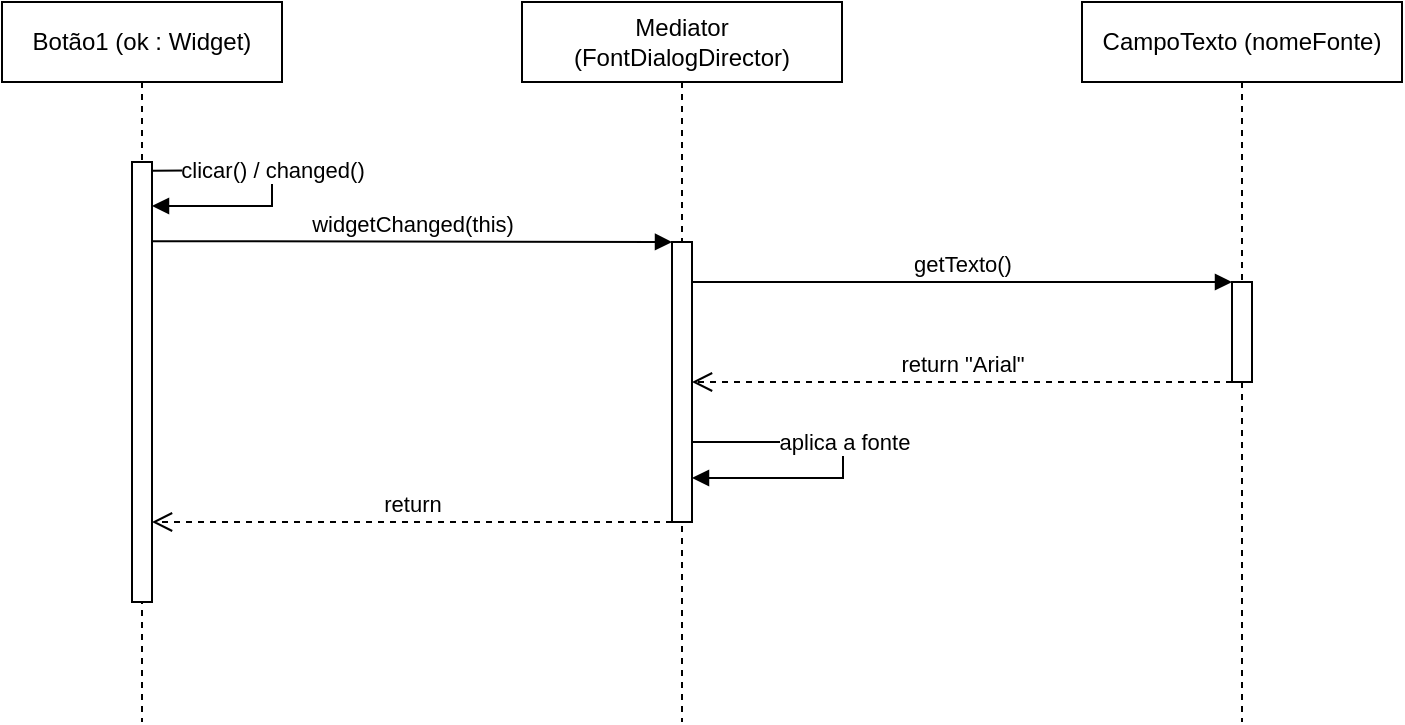
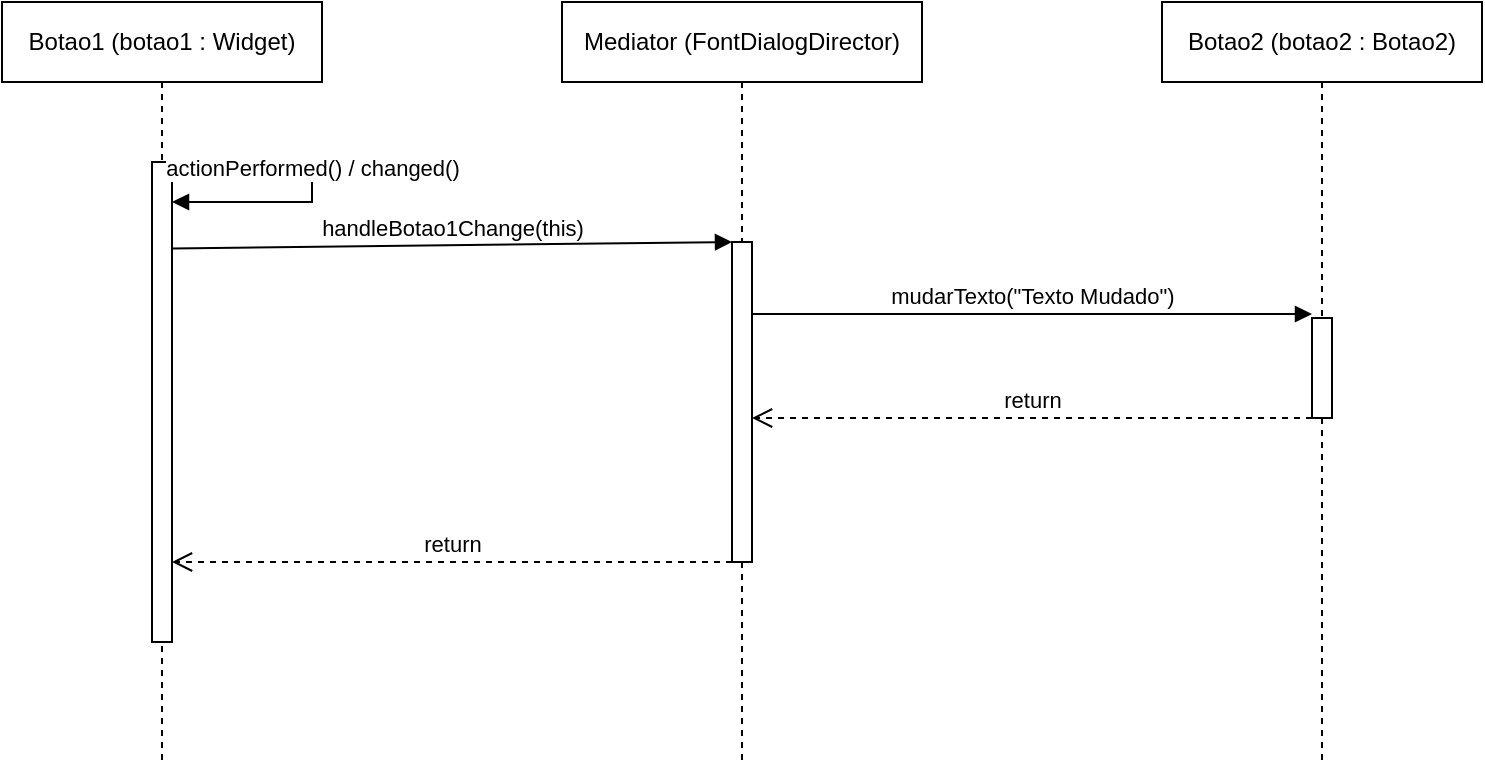
<mxfile host="app.diagrams.net">
  <diagram name="Sequencia-Mediator" id="lVWO351oqHOsi26u79jJ">
-     <mxGraphModel dx="912" dy="512" grid="1" gridSize="10" guides="1" tooltips="1" connect="1" arrows="1" fold="1" page="1" pageScale="1" pageWidth="827" pageHeight="1169" math="0" shadow="0">
+     <mxGraphModel dx="975" dy="569" grid="1" gridSize="10" guides="1" tooltips="1" connect="1" arrows="1" fold="1" page="1" pageScale="1" pageWidth="827" pageHeight="1169" math="0" shadow="0">
      <root>
        <mxCell id="0" />
        <mxCell id="1" parent="0" />
-         <mxCell id="ll-botao" parent="1" style="shape=umlLifeline;perimeter=lifelinePerimeter;whiteSpace=wrap;html=1;container=1;dropTarget=0;collapsible=0;recursiveResize=0;outlineConnect=0;portConstraint=eastwest;newEdgeStyle={&quot;curved&quot;:0,&quot;rounded&quot;:0};" value="Botão1 (ok : Widget)" vertex="1">
-           <mxGeometry height="360" width="140" x="80" y="40" as="geometry" />
+         <mxCell id="ll-botao" parent="1" style="shape=umlLifeline;perimeter=lifelinePerimeter;whiteSpace=wrap;html=1;container=1;dropTarget=0;collapsible=0;recursiveResize=0;outlineConnect=0;portConstraint=eastwest;newEdgeStyle={&quot;curved&quot;:0,&quot;rounded&quot;:0};" value="Botao1 (botao1 : Widget)" vertex="1">
+           <mxGeometry height="380" width="160" x="80" y="40" as="geometry" />
        </mxCell>
        <mxCell id="act-botao" parent="ll-botao" style="html=1;points=[[0,0,0,0,5],[0,1,0,0,-5],[1,0,0,0,5],[1,1,0,0,-5]];perimeter=orthogonalPerimeter;outlineConnect=0;targetShapes=umlLifeline;portConstraint=eastwest;newEdgeStyle={&quot;curved&quot;:0,&quot;rounded&quot;:0};" value="" vertex="1">
-           <mxGeometry height="220" width="10" x="65" y="80" as="geometry" />
+           <mxGeometry height="240" width="10" x="75" y="80" as="geometry" />
        </mxCell>
        <mxCell id="ll-mediator" parent="1" style="shape=umlLifeline;perimeter=lifelinePerimeter;whiteSpace=wrap;html=1;container=1;dropTarget=0;collapsible=0;recursiveResize=0;outlineConnect=0;portConstraint=eastwest;newEdgeStyle={&quot;curved&quot;:0,&quot;rounded&quot;:0};" value="Mediator (FontDialogDirector)" vertex="1">
-           <mxGeometry height="360" width="160" x="340" y="40" as="geometry" />
+           <mxGeometry height="380" width="180" x="360" y="40" as="geometry" />
        </mxCell>
        <mxCell id="act-mediator" parent="ll-mediator" style="html=1;points=[[0,0,0,0,5],[0,1,0,0,-5],[1,0,0,0,5],[1,1,0,0,-5]];perimeter=orthogonalPerimeter;outlineConnect=0;targetShapes=umlLifeline;portConstraint=eastwest;newEdgeStyle={&quot;curved&quot;:0,&quot;rounded&quot;:0};" value="" vertex="1">
-           <mxGeometry height="140" width="10" x="75" y="120" as="geometry" />
+           <mxGeometry height="160" width="10" x="85" y="120" as="geometry" />
        </mxCell>
-         <mxCell id="msg-aplica" edge="1" parent="ll-mediator" source="act-mediator" style="html=1;verticalAlign=bottom;endArrow=block;curved=0;rounded=0;" target="act-mediator" value="aplica a fonte">
+         <mxCell id="ll-botao2" parent="1" style="shape=umlLifeline;perimeter=lifelinePerimeter;whiteSpace=wrap;html=1;container=1;dropTarget=0;collapsible=0;recursiveResize=0;outlineConnect=0;portConstraint=eastwest;newEdgeStyle={&quot;curved&quot;:0,&quot;rounded&quot;:0};" value="Botao2 (botao2 : Botao2)" vertex="1">
+           <mxGeometry height="380" width="160" x="660" y="40" as="geometry" />
+         </mxCell>
+         <mxCell id="act-botao2" parent="ll-botao2" style="html=1;points=[[0,0,0,0,5],[0,1,0,0,-5],[1,0,0,0,5],[1,1,0,0,-5]];perimeter=orthogonalPerimeter;outlineConnect=0;targetShapes=umlLifeline;portConstraint=eastwest;newEdgeStyle={&quot;curved&quot;:0,&quot;rounded&quot;:0};" value="" vertex="1">
+           <mxGeometry height="50" width="10" x="75" y="158" as="geometry" />
+         </mxCell>
+         <mxCell id="msg-changed" edge="1" parent="1" source="act-botao" style="html=1;verticalAlign=bottom;endArrow=block;curved=0;rounded=0;exitX=1;exitY=0.02;exitDx=0;exitDy=0;" target="act-botao" value="actionPerformed() / changed()">
          <mxGeometry relative="1" as="geometry">
            <Array as="points">
-               <mxPoint x="160.5" y="220" />
-               <mxPoint x="160.5" y="238" />
-             </Array>
-             <mxPoint x="75" y="220" as="sourcePoint" />
-             <mxPoint x="80.5" y="238" as="targetPoint" />
-           </mxGeometry>
-         </mxCell>
-         <mxCell id="ll-campo" parent="1" style="shape=umlLifeline;perimeter=lifelinePerimeter;whiteSpace=wrap;html=1;container=1;dropTarget=0;collapsible=0;recursiveResize=0;outlineConnect=0;portConstraint=eastwest;newEdgeStyle={&quot;curved&quot;:0,&quot;rounded&quot;:0};" value="CampoTexto (nomeFonte)" vertex="1">
-           <mxGeometry height="360" width="160" x="620" y="40" as="geometry" />
-         </mxCell>
-         <mxCell id="act-campo" parent="ll-campo" style="html=1;points=[[0,0,0,0,5],[0,1,0,0,-5],[1,0,0,0,5],[1,1,0,0,-5]];perimeter=orthogonalPerimeter;outlineConnect=0;targetShapes=umlLifeline;portConstraint=eastwest;newEdgeStyle={&quot;curved&quot;:0,&quot;rounded&quot;:0};" value="" vertex="1">
-           <mxGeometry height="50" width="10" x="75" y="140" as="geometry" />
-         </mxCell>
-         <mxCell id="msg-clicar" edge="1" parent="1" source="act-botao" style="html=1;verticalAlign=bottom;endArrow=block;curved=0;rounded=0;exitX=1;exitY=0.02;exitDx=0;exitDy=0;entryX=1;entryY=0.1;entryDx=0;entryDy=0;" target="act-botao" value="clicar() / changed()">
-           <mxGeometry relative="1" as="geometry">
-             <Array as="points">
-               <mxPoint x="215" y="124" />
-               <mxPoint x="215" y="142" />
+               <mxPoint x="235" y="124" />
+               <mxPoint x="235" y="140" />
            </Array>
          </mxGeometry>
        </mxCell>
-         <mxCell id="msg-widgetchanged" edge="1" parent="1" source="act-botao" style="html=1;verticalAlign=bottom;endArrow=block;curved=0;rounded=0;exitX=1;exitY=0.18;exitDx=0;exitDy=0;entryX=0;entryY=0;entryDx=0;entryDy=0;" target="act-mediator" value="widgetChanged(this)">
+         <mxCell id="msg-handle" edge="1" parent="1" source="act-botao" style="html=1;verticalAlign=bottom;endArrow=block;curved=0;rounded=0;exitX=1;exitY=0.18;exitDx=0;exitDy=0;entryX=0;entryY=0;entryDx=0;entryDy=0;" target="act-mediator" value="handleBotao1Change(this)">
          <mxGeometry relative="1" as="geometry" />
        </mxCell>
-         <mxCell id="msg-gettexto" edge="1" parent="1" style="html=1;verticalAlign=bottom;endArrow=block;curved=0;rounded=0;entryX=0;entryY=0;entryDx=0;entryDy=0;" value="getTexto()">
+         <mxCell id="msg-mudar" edge="1" parent="1" style="html=1;verticalAlign=bottom;endArrow=block;curved=0;rounded=0;entryX=0;entryY=0;entryDx=0;entryDy=0;" value="mudarTexto(&quot;Texto Mudado&quot;)">
          <mxGeometry relative="1" as="geometry">
-             <mxPoint x="425" y="180.0000000000001" as="sourcePoint" />
-             <mxPoint x="695" y="180.0000000000001" as="targetPoint" />
+             <mxPoint x="455" y="196" as="sourcePoint" />
+             <mxPoint x="735" y="196" as="targetPoint" />
          </mxGeometry>
        </mxCell>
-         <mxCell id="msg-ret-arial" edge="1" parent="1" style="html=1;verticalAlign=bottom;endArrow=open;dashed=1;endSize=8;curved=0;rounded=0;exitX=0;exitY=1;exitDx=0;exitDy=0;" value="return &quot;Arial&quot;">
+         <mxCell id="msg-ret-mudar" edge="1" parent="1" style="html=1;verticalAlign=bottom;endArrow=open;dashed=1;endSize=8;curved=0;rounded=0;" value="return">
          <mxGeometry relative="1" as="geometry">
-             <mxPoint x="695" y="230.0000000000001" as="sourcePoint" />
-             <mxPoint x="425" y="230.0000000000001" as="targetPoint" />
+             <mxPoint x="735" y="248" as="sourcePoint" />
+             <mxPoint x="455" y="248" as="targetPoint" />
          </mxGeometry>
        </mxCell>
        <mxCell id="msg-ret-final" edge="1" parent="1" source="act-mediator" style="html=1;verticalAlign=bottom;endArrow=open;dashed=1;endSize=8;curved=0;rounded=0;exitX=0;exitY=1;exitDx=0;exitDy=0;" target="act-botao" value="return">
          <mxGeometry relative="1" as="geometry" />
        </mxCell>
      </root>
    </mxGraphModel>
  </diagram>
</mxfile>
